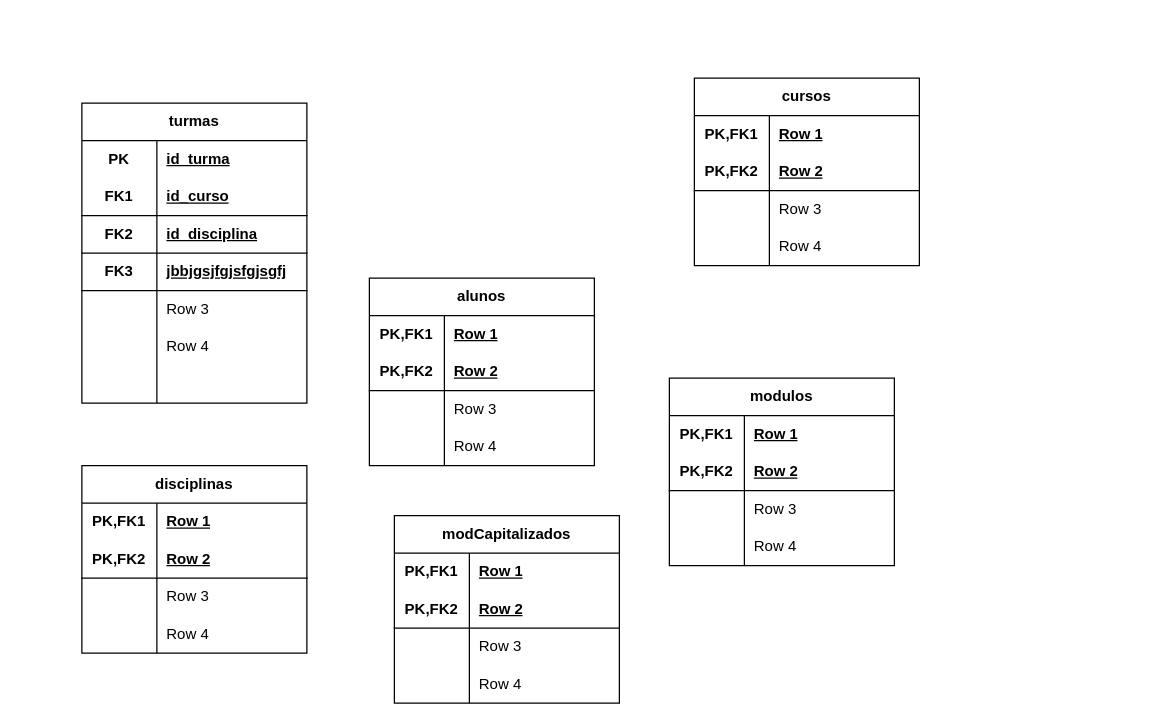
DaviClementee/Gest_mod_reali_Davi_Mario_Karamjit_Gerry keeps this draw.io diagram as gmr_modER.drawio. Above is the earlier version. Source tidied: cells renumbered, new cells numbered last; positions are measured from the earlier drawing's top-left corner, leaving out a move shared by most shapes. Both pictures are drawn from the tidied source at 125%, with x=0, y=0 at pixel (81, 78).
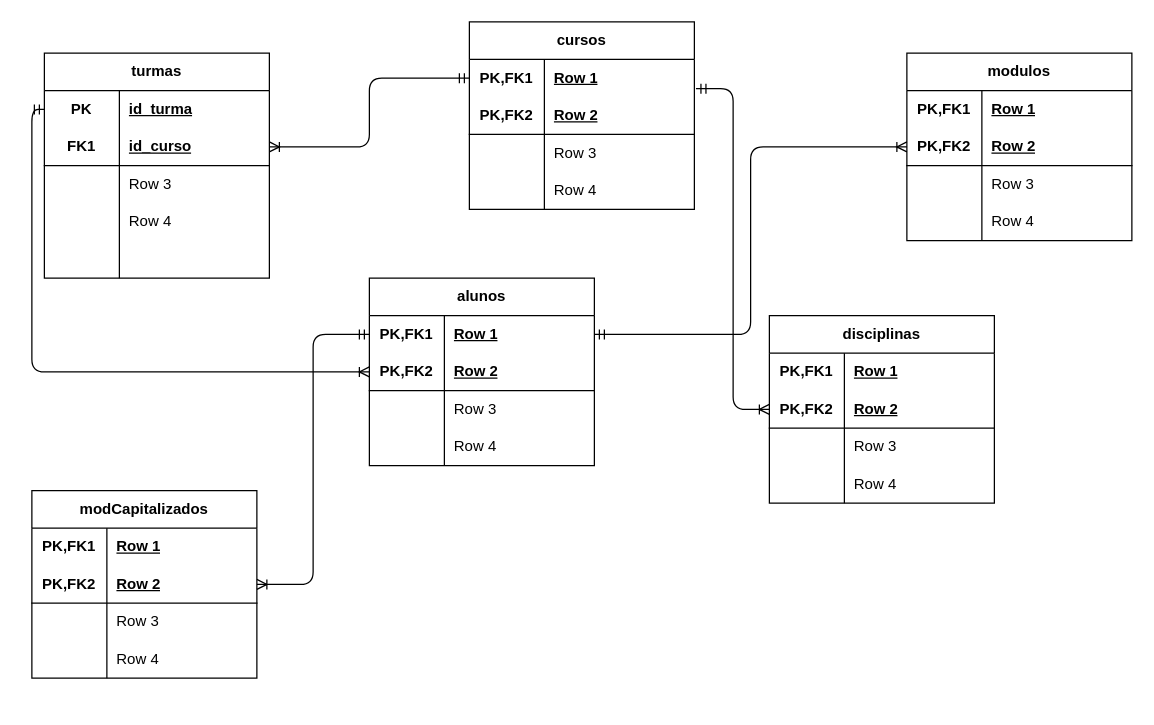
The same diagram, later.

Commit message:
Fiz Ligações das Tabelas, agora insiram os dados em cada tabela.

The change refers to these unchanged cells:
```xml
<mxCell id="3" style="shape=tableRow;horizontal=0;startSize=0;swimlaneHead=0;swimlaneBody=0;fillColor=none;points=[[0,0.5],[1,0.5]];portConstraint=eastwest;top=0;left=0;right=0;bottom=0;html=1;" parent="2" vertex="1">
  <mxGeometry y="30" width="180" height="30" as="geometry" />
</mxCell>
<mxCell id="6" style="shape=tableRow;horizontal=0;startSize=0;swimlaneHead=0;swimlaneBody=0;fillColor=none;points=[[0,0.5],[1,0.5]];portConstraint=eastwest;top=0;left=0;right=0;bottom=1;html=1;" parent="2" vertex="1">
  <mxGeometry y="60" width="180" height="30" as="geometry" />
</mxCell>
<mxCell id="25" style="shape=tableRow;horizontal=0;startSize=0;swimlaneHead=0;swimlaneBody=0;fillColor=none;points=[[0,0.5],[1,0.5]];portConstraint=eastwest;top=0;left=0;right=0;bottom=0;html=1;" parent="24" vertex="1">
  <mxGeometry y="30" width="180" height="30" as="geometry" />
</mxCell>
<mxCell id="38" style="shape=tableRow;horizontal=0;startSize=0;swimlaneHead=0;swimlaneBody=0;fillColor=none;points=[[0,0.5],[1,0.5]];portConstraint=eastwest;top=0;left=0;right=0;bottom=0;html=1;" parent="37" vertex="1">
  <mxGeometry y="30" width="180" height="30" as="geometry" />
</mxCell>
<mxCell id="41" style="shape=tableRow;horizontal=0;startSize=0;swimlaneHead=0;swimlaneBody=0;fillColor=none;points=[[0,0.5],[1,0.5]];portConstraint=eastwest;top=0;left=0;right=0;bottom=1;html=1;" parent="37" vertex="1">
  <mxGeometry y="60" width="180" height="30" as="geometry" />
</mxCell>
<mxCell id="54" style="shape=tableRow;horizontal=0;startSize=0;swimlaneHead=0;swimlaneBody=0;fillColor=none;points=[[0,0.5],[1,0.5]];portConstraint=eastwest;top=0;left=0;right=0;bottom=1;html=1;" parent="50" vertex="1">
  <mxGeometry y="60" width="180" height="30" as="geometry" />
</mxCell>
<mxCell id="67" style="shape=tableRow;horizontal=0;startSize=0;swimlaneHead=0;swimlaneBody=0;fillColor=none;points=[[0,0.5],[1,0.5]];portConstraint=eastwest;top=0;left=0;right=0;bottom=1;html=1;" parent="63" vertex="1">
  <mxGeometry y="60" width="180" height="30" as="geometry" />
</mxCell>
<mxCell id="80" style="shape=tableRow;horizontal=0;startSize=0;swimlaneHead=0;swimlaneBody=0;fillColor=none;points=[[0,0.5],[1,0.5]];portConstraint=eastwest;top=0;left=0;right=0;bottom=1;html=1;" parent="76" vertex="1">
  <mxGeometry y="60" width="180" height="30" as="geometry" />
</mxCell>
```

The edit, as a diff of the source:
```diff
@@
     <mxCell id="2" value="turmas" style="shape=table;startSize=30;childLayout=tableLayout;rowLines=0;fontStyle=1;align=center;html=1;whiteSpace=wrap;" parent="1" vertex="1">
-      <mxGeometry y="20" width="180" height="240" as="geometry" />
+      <mxGeometry x="-30" y="-20" width="180" height="180" as="geometry" />
     </mxCell>
@@
-    <mxCell id="9" style="shape=tableRow;horizontal=0;startSize=0;swimlaneHead=0;swimlaneBody=0;fillColor=none;top=0;left=0;right=0;bottom=1;html=1;" parent="2" vertex="1">
-      <mxGeometry y="90" width="180" height="30" as="geometry" />
-    </mxCell>
-    <mxCell id="10" value="FK2" style="shape=partialRectangle;fillColor=none;top=0;left=0;bottom=0;right=0;fontStyle=1;overflow=hidden;html=1;whiteSpace=wrap;" parent="9" vertex="1">
-      <mxGeometry width="60" height="30" as="geometry" />
-    </mxCell>
-    <mxCell id="11" value="id_disciplina" style="shape=partialRectangle;fillColor=none;top=0;left=0;bottom=0;right=0;align=left;spacingLeft=6;fontStyle=5;overflow=hidden;html=1;whiteSpace=wrap;" parent="9" vertex="1">
-      <mxGeometry x="60" width="120" height="30" as="geometry" />
-    </mxCell>
-    <mxCell id="12" style="shape=tableRow;horizontal=0;startSize=0;swimlaneHead=0;swimlaneBody=0;fillColor=none;top=0;left=0;right=0;bottom=1;html=1;" parent="2" vertex="1">
-      <mxGeometry y="120" width="180" height="30" as="geometry" />
-    </mxCell>
-    <mxCell id="13" value="FK3" style="shape=partialRectangle;fillColor=none;top=0;left=0;bottom=0;right=0;fontStyle=1;overflow=hidden;html=1;whiteSpace=wrap;" parent="12" vertex="1">
-      <mxGeometry width="60" height="30" as="geometry" />
-    </mxCell>
-    <mxCell id="14" value="jbbjgsjfgjsfgjsgfj" style="shape=partialRectangle;fillColor=none;top=0;left=0;bottom=0;right=0;align=left;spacingLeft=6;fontStyle=5;overflow=hidden;html=1;whiteSpace=wrap;" parent="12" vertex="1">
-      <mxGeometry x="60" width="120" height="30" as="geometry" />
-    </mxCell>
     <mxCell id="15" style="shape=tableRow;horizontal=0;startSize=0;swimlaneHead=0;swimlaneBody=0;fillColor=none;top=0;left=0;right=0;bottom=0;html=1;" parent="2" vertex="1">
-      <mxGeometry y="150" width="180" height="30" as="geometry" />
+      <mxGeometry y="90" width="180" height="30" as="geometry" />
     </mxCell>
@@
     <mxCell id="18" style="shape=tableRow;horizontal=0;startSize=0;swimlaneHead=0;swimlaneBody=0;fillColor=none;top=0;left=0;right=0;bottom=0;html=1;" parent="2" vertex="1">
-      <mxGeometry y="180" width="180" height="30" as="geometry" />
+      <mxGeometry y="120" width="180" height="30" as="geometry" />
     </mxCell>
@@
     <mxCell id="21" style="shape=tableRow;horizontal=0;startSize=0;swimlaneHead=0;swimlaneBody=0;fillColor=none;top=0;left=0;right=0;bottom=0;html=1;" parent="2" vertex="1">
-      <mxGeometry y="210" width="180" height="30" as="geometry" />
+      <mxGeometry y="150" width="180" height="30" as="geometry" />
     </mxCell>
@@
     <mxCell id="24" value="cursos" style="shape=table;startSize=30;childLayout=tableLayout;rowLines=0;fontStyle=1;align=center;html=1;whiteSpace=wrap;" parent="1" vertex="1">
-      <mxGeometry x="490" width="180" height="150" as="geometry" />
+      <mxGeometry x="310" y="-45" width="180" height="150" as="geometry" />
     </mxCell>
@@
     <mxCell id="50" value="disciplinas" style="shape=table;startSize=30;childLayout=tableLayout;rowLines=0;fontStyle=1;align=center;html=1;whiteSpace=wrap;" parent="1" vertex="1">
-      <mxGeometry y="310" width="180" height="150" as="geometry" />
+      <mxGeometry x="550" y="190" width="180" height="150" as="geometry" />
     </mxCell>
@@
     <mxCell id="63" value="modulos" style="shape=table;startSize=30;childLayout=tableLayout;rowLines=0;fontStyle=1;align=center;html=1;whiteSpace=wrap;" parent="1" vertex="1">
-      <mxGeometry x="470" y="240" width="180" height="150" as="geometry" />
+      <mxGeometry x="660" y="-20" width="180" height="150" as="geometry" />
     </mxCell>
@@
     <mxCell id="76" value="modCapitalizados" style="shape=table;startSize=30;childLayout=tableLayout;rowLines=0;fontStyle=1;align=center;html=1;whiteSpace=wrap;" parent="1" vertex="1">
-      <mxGeometry x="250" y="350" width="180" height="150" as="geometry" />
+      <mxGeometry x="-40" y="330" width="180" height="150" as="geometry" />
     </mxCell>
@@
+    <mxCell id="14" style="edgeStyle=orthogonalEdgeStyle;fontSize=12;html=1;endArrow=ERmandOne;startArrow=ERoneToMany;startFill=0;endFill=0;entryX=0;entryY=0.5;entryDx=0;entryDy=0;exitX=1;exitY=0.5;exitDx=0;exitDy=0;" parent="1" edge="1" source="6" target="25">
+      <mxGeometry relative="1" as="geometry" />
+    </mxCell>
+    <mxCell id="89" style="edgeStyle=orthogonalEdgeStyle;fontSize=12;html=1;endArrow=ERmandOne;startArrow=ERoneToMany;startFill=0;endFill=0;entryX=0;entryY=0.5;entryDx=0;entryDy=0;" parent="1" edge="1" source="41" target="3">
+      <mxGeometry relative="1" as="geometry" />
+    </mxCell>
+    <mxCell id="90" style="edgeStyle=none;html=1;exitX=0;exitY=0.5;exitDx=0;exitDy=0;" parent="1" edge="1" source="41">
+      <mxGeometry relative="1" as="geometry">
+        <mxPoint x="230" y="234.8" as="targetPoint" />
+      </mxGeometry>
+    </mxCell>
+    <mxCell id="91" style="edgeStyle=elbowEdgeStyle;fontSize=12;html=1;endArrow=ERmandOne;startArrow=ERoneToMany;startFill=0;endFill=0;exitX=1;exitY=0.5;exitDx=0;exitDy=0;entryX=0;entryY=0.5;entryDx=0;entryDy=0;" parent="1" edge="1" source="80" target="38">
+      <mxGeometry relative="1" as="geometry" />
+    </mxCell>
+    <mxCell id="92" style="edgeStyle=elbowEdgeStyle;fontSize=12;html=1;endArrow=ERmandOne;startArrow=ERoneToMany;startFill=0;endFill=0;exitX=0;exitY=0.5;exitDx=0;exitDy=0;entryX=1;entryY=0.5;entryDx=0;entryDy=0;" parent="1" edge="1" source="67" target="38">
+      <mxGeometry relative="1" as="geometry" />
+    </mxCell>
+    <mxCell id="93" style="edgeStyle=elbowEdgeStyle;fontSize=12;html=1;endArrow=ERoneToMany;startArrow=ERmandOne;exitX=1.007;exitY=0.783;exitDx=0;exitDy=0;exitPerimeter=0;endFill=0;entryX=0;entryY=0.5;entryDx=0;entryDy=0;" parent="1" edge="1" source="25" target="54">
+      <mxGeometry relative="1" as="geometry" />
+    </mxCell>
```
